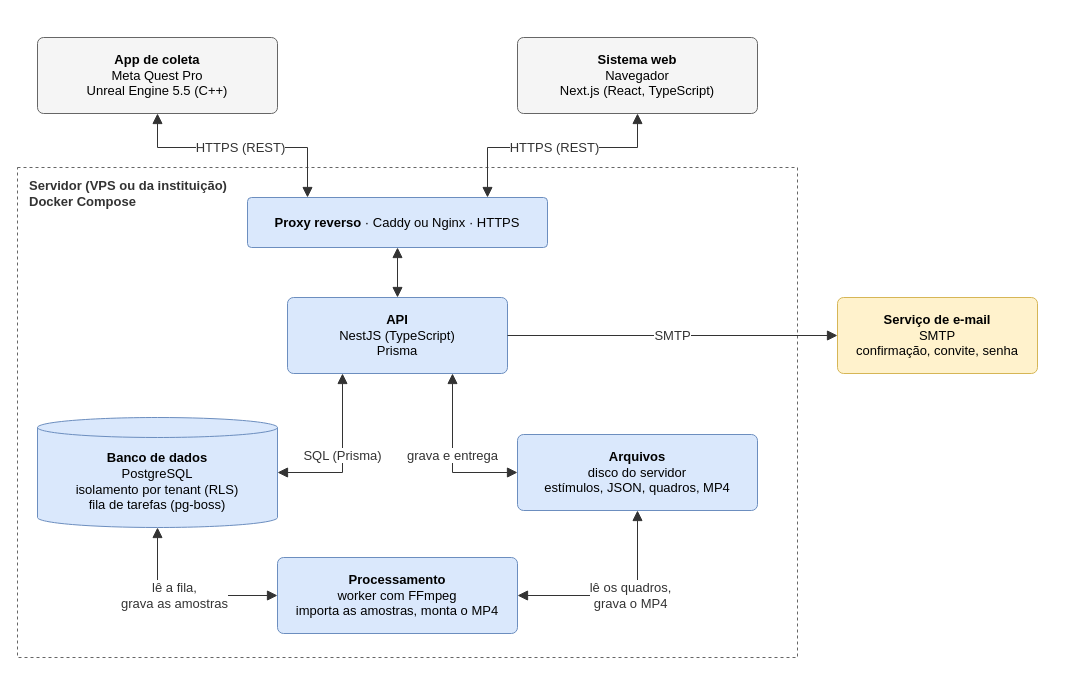
joaozanini/tcc1 keeps this draw.io diagram as page "Figura – Arquitetura" (1 of 2) of Especificacao/Arquitetura-NeuroSight.drawio. Above is the earlier version. Source tidied: cells renumbered, new cells numbered last; positions are measured from the earlier drawing's top-left corner, leaving out a move shared by most shapes. Both pictures are drawn from the tidied source at 100%, with x=0, y=0 at pixel (17, 37).
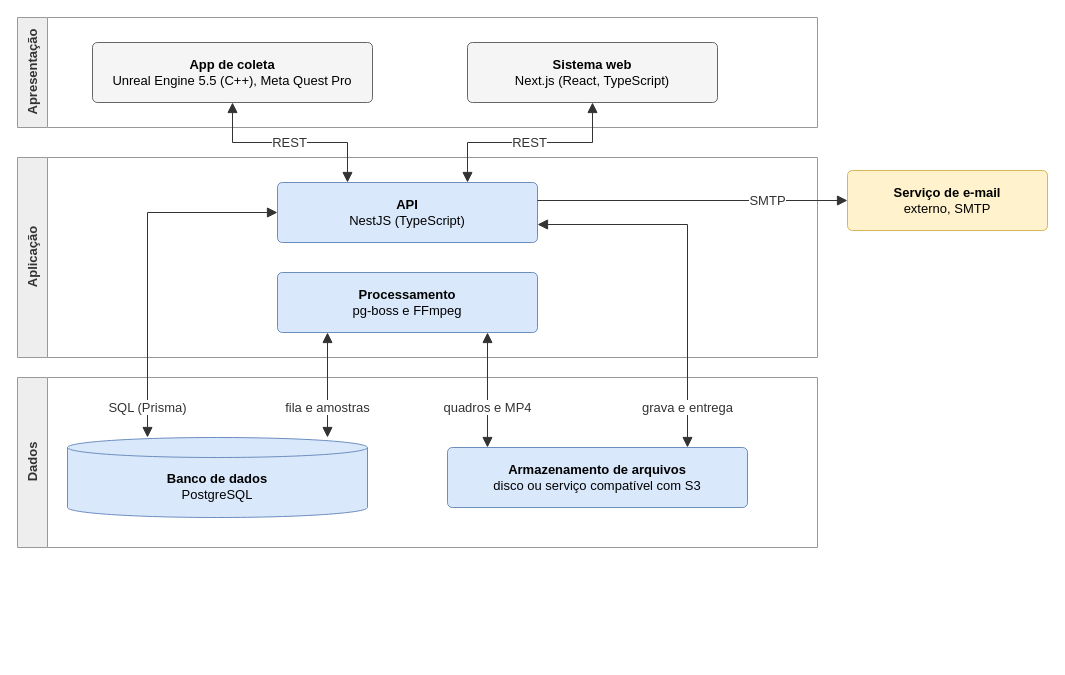
The same diagram, later.

What changed in the source:
```diff
@@
-    <mxCell id="2" value="&lt;b&gt;Servidor (VPS ou da instituição)&lt;br&gt;Docker Compose&lt;/b&gt;" style="rounded=0;whiteSpace=wrap;html=1;fillColor=none;dashed=1;strokeColor=#666666;verticalAlign=top;align=left;spacingLeft=10;spacingTop=4;fontSize=13;fontColor=#333333;" parent="1" vertex="1">
-      <mxGeometry y="130" width="780" height="490" as="geometry" />
-    </mxCell>
+    <mxCell id="19" value="Apresentação" style="swimlane;horizontal=0;startSize=30;html=1;fillColor=#EEEEEE;swimlaneFillColor=#FFFFFF;strokeColor=#999999;fontSize=13;fontStyle=1;fontColor=#333333;" parent="1" vertex="1">
+      <mxGeometry y="-20" width="800" height="110" as="geometry" />
+    </mxCell>
+    <mxCell id="20" value="Aplicação" style="swimlane;horizontal=0;startSize=30;html=1;fillColor=#EEEEEE;swimlaneFillColor=#FFFFFF;strokeColor=#999999;fontSize=13;fontStyle=1;fontColor=#333333;" parent="1" vertex="1">
+      <mxGeometry y="120" width="800" height="200" as="geometry" />
+    </mxCell>
+    <mxCell id="21" value="Dados" style="swimlane;horizontal=0;startSize=30;html=1;fillColor=#EEEEEE;swimlaneFillColor=#FFFFFF;strokeColor=#999999;fontSize=13;fontStyle=1;fontColor=#333333;" parent="1" vertex="1">
+      <mxGeometry y="340" width="800" height="170" as="geometry" />
+    </mxCell>
-    <mxCell id="3" value="&lt;b&gt;App de coleta&lt;/b&gt;&lt;br&gt;Meta Quest Pro&lt;br&gt;Unreal Engine 5.5 (C++)" style="rounded=1;arcSize=8;whiteSpace=wrap;html=1;fillColor=#F5F5F5;strokeColor=#666666;fontSize=13;align=center;verticalAlign=middle;spacingLeft=8;spacingRight=8;" parent="1" vertex="1">
-      <mxGeometry x="20" width="240" height="76" as="geometry" />
+    <mxCell id="3" value="&lt;b&gt;App de coleta&lt;/b&gt;&lt;br&gt;Unreal Engine 5.5 (C++), Meta Quest Pro" style="rounded=1;arcSize=8;whiteSpace=wrap;html=1;fillColor=#F5F5F5;strokeColor=#666666;fontSize=13;align=center;verticalAlign=middle;spacingLeft=8;spacingRight=8;" parent="1" vertex="1">
+      <mxGeometry x="75" y="5" width="280" height="60" as="geometry" />
     </mxCell>
-    <mxCell id="4" value="&lt;b&gt;Sistema web&lt;/b&gt;&lt;br&gt;Navegador&lt;br&gt;Next.js (React, TypeScript)" style="rounded=1;arcSize=8;whiteSpace=wrap;html=1;fillColor=#F5F5F5;strokeColor=#666666;fontSize=13;align=center;verticalAlign=middle;spacingLeft=8;spacingRight=8;" parent="1" vertex="1">
-      <mxGeometry x="500" width="240" height="76" as="geometry" />
+    <mxCell id="4" value="&lt;b&gt;Sistema web&lt;/b&gt;&lt;br&gt;Next.js (React, TypeScript)" style="rounded=1;arcSize=8;whiteSpace=wrap;html=1;fillColor=#F5F5F5;strokeColor=#666666;fontSize=13;align=center;verticalAlign=middle;spacingLeft=8;spacingRight=8;" parent="1" vertex="1">
+      <mxGeometry x="450" y="5" width="250" height="60" as="geometry" />
     </mxCell>
-    <mxCell id="5" value="&lt;b&gt;Proxy reverso&lt;/b&gt; · Caddy ou Nginx · HTTPS" style="rounded=1;arcSize=8;whiteSpace=wrap;html=1;fillColor=#DAE8FC;strokeColor=#6C8EBF;fontSize=13;align=center;verticalAlign=middle;spacingLeft=8;spacingRight=8;" parent="1" vertex="1">
-      <mxGeometry x="230" y="160" width="300" height="50" as="geometry" />
-    </mxCell>
-    <mxCell id="6" value="&lt;b&gt;API&lt;/b&gt;&lt;br&gt;NestJS (TypeScript)&lt;br&gt;Prisma" style="rounded=1;arcSize=8;whiteSpace=wrap;html=1;fillColor=#DAE8FC;strokeColor=#6C8EBF;fontSize=13;align=center;verticalAlign=middle;spacingLeft=8;spacingRight=8;" parent="1" vertex="1">
-      <mxGeometry x="270" y="260" width="220" height="76" as="geometry" />
+    <mxCell id="6" value="&lt;b&gt;API&lt;/b&gt;&lt;br&gt;NestJS (TypeScript)" style="rounded=1;arcSize=8;whiteSpace=wrap;html=1;fillColor=#DAE8FC;strokeColor=#6C8EBF;fontSize=13;align=center;verticalAlign=middle;spacingLeft=8;spacingRight=8;" parent="1" vertex="1">
+      <mxGeometry x="260" y="145" width="260" height="60" as="geometry" />
     </mxCell>
+    <mxCell id="9" value="&lt;b&gt;Processamento&lt;/b&gt;&lt;br&gt;pg-boss e FFmpeg" style="rounded=1;arcSize=8;whiteSpace=wrap;html=1;fillColor=#DAE8FC;strokeColor=#6C8EBF;fontSize=13;align=center;verticalAlign=middle;spacingLeft=8;spacingRight=8;" parent="1" vertex="1">
+      <mxGeometry x="260" y="235" width="260" height="60" as="geometry" />
+    </mxCell>
-    <mxCell id="7" value="&lt;b&gt;Banco de dados&lt;/b&gt;&lt;br&gt;PostgreSQL&lt;br&gt;isolamento por tenant (RLS)&lt;br&gt;fila de tarefas (pg-boss)" style="shape=cylinder3;boundedLbl=1;backgroundOutline=1;size=10;whiteSpace=wrap;html=1;fillColor=#DAE8FC;strokeColor=#6C8EBF;fontSize=13;align=center;verticalAlign=middle;spacingLeft=8;spacingRight=8;" parent="1" vertex="1">
-      <mxGeometry x="20" y="380" width="240" height="110" as="geometry" />
+    <mxCell id="7" value="&lt;b&gt;Banco de dados&lt;/b&gt;&lt;br&gt;PostgreSQL" style="shape=cylinder3;boundedLbl=1;backgroundOutline=1;size=10;whiteSpace=wrap;html=1;fillColor=#DAE8FC;strokeColor=#6C8EBF;fontSize=13;align=center;verticalAlign=middle;spacingLeft=8;spacingRight=8;" parent="1" vertex="1">
+      <mxGeometry x="50" y="400" width="300" height="80" as="geometry" />
     </mxCell>
-    <mxCell id="8" value="&lt;b&gt;Arquivos&lt;/b&gt;&lt;br&gt;disco do servidor&lt;br&gt;estímulos, JSON, quadros, MP4" style="rounded=1;arcSize=8;whiteSpace=wrap;html=1;fillColor=#DAE8FC;strokeColor=#6C8EBF;fontSize=13;align=center;verticalAlign=middle;spacingLeft=8;spacingRight=8;" parent="1" vertex="1">
-      <mxGeometry x="500" y="397" width="240" height="76" as="geometry" />
+    <mxCell id="8" value="&lt;b&gt;Armazenamento de arquivos&lt;/b&gt;&lt;br&gt;disco ou serviço compatível com S3" style="rounded=1;arcSize=8;whiteSpace=wrap;html=1;fillColor=#DAE8FC;strokeColor=#6C8EBF;fontSize=13;align=center;verticalAlign=middle;spacingLeft=8;spacingRight=8;" parent="1" vertex="1">
+      <mxGeometry x="430" y="410" width="300" height="60" as="geometry" />
     </mxCell>
-    <mxCell id="9" value="&lt;b&gt;Processamento&lt;/b&gt;&lt;br&gt;worker com FFmpeg&lt;br&gt;importa as amostras, monta o MP4" style="rounded=1;arcSize=8;whiteSpace=wrap;html=1;fillColor=#DAE8FC;strokeColor=#6C8EBF;fontSize=13;align=center;verticalAlign=middle;spacingLeft=8;spacingRight=8;" parent="1" vertex="1">
-      <mxGeometry x="260" y="520" width="240" height="76" as="geometry" />
-    </mxCell>
-    <mxCell id="10" value="&lt;b&gt;Serviço de e-mail&lt;/b&gt;&lt;br&gt;SMTP&lt;br&gt;confirmação, convite, senha" style="rounded=1;arcSize=8;whiteSpace=wrap;html=1;fillColor=#FFF2CC;strokeColor=#D6B656;fontSize=13;align=center;verticalAlign=middle;spacingLeft=8;spacingRight=8;" parent="1" vertex="1">
-      <mxGeometry x="820" y="260" width="200" height="76" as="geometry" />
+    <mxCell id="10" value="&lt;b&gt;Serviço de e-mail&lt;/b&gt;&lt;br&gt;externo, SMTP" style="rounded=1;arcSize=8;whiteSpace=wrap;html=1;fillColor=#FFF2CC;strokeColor=#D6B656;fontSize=13;align=center;verticalAlign=middle;spacingLeft=8;spacingRight=8;" parent="1" vertex="1">
+      <mxGeometry x="830" y="133" width="200" height="60" as="geometry" />
     </mxCell>
-    <mxCell id="11" value="HTTPS (REST)" style="edgeStyle=orthogonalEdgeStyle;rounded=0;html=1;startArrow=block;startFill=1;startSize=8;endArrow=block;endFill=1;endSize=8;strokeColor=#333333;fontSize=13;fontColor=#333333;labelBackgroundColor=#FFFFFF;exitX=0.5;exitY=1;exitDx=0;exitDy=0;entryX=0.2;entryY=0;entryDx=0;entryDy=0;" parent="1" edge="1" source="3" target="5">
+    <mxCell id="11" style="edgeStyle=orthogonalEdgeStyle;rounded=0;html=1;startArrow=block;startFill=1;startSize=8;endArrow=block;endFill=1;endSize=8;strokeColor=#333333;exitX=0.5;exitY=1;exitDx=0;exitDy=0;entryX=0.2692;entryY=0;entryDx=0;entryDy=0;" parent="1" edge="1" source="3" target="6">
       <mxGeometry relative="1" as="geometry">
         <Array as="points">
-          <mxPoint x="140" y="110" />
-          <mxPoint x="290" y="110" />
+          <mxPoint x="215" y="105" />
+          <mxPoint x="330" y="105" />
         </Array>
       </mxGeometry>
     </mxCell>
-    <mxCell id="12" value="HTTPS (REST)" style="edgeStyle=orthogonalEdgeStyle;rounded=0;html=1;startArrow=block;startFill=1;startSize=8;endArrow=block;endFill=1;endSize=8;strokeColor=#333333;fontSize=13;fontColor=#333333;labelBackgroundColor=#FFFFFF;exitX=0.5;exitY=1;exitDx=0;exitDy=0;entryX=0.8;entryY=0;entryDx=0;entryDy=0;" parent="1" edge="1" source="4" target="5">
+    <mxCell id="12" style="edgeStyle=orthogonalEdgeStyle;rounded=0;html=1;startArrow=block;startFill=1;startSize=8;endArrow=block;endFill=1;endSize=8;strokeColor=#333333;exitX=0.5;exitY=1;exitDx=0;exitDy=0;entryX=0.7308;entryY=0;entryDx=0;entryDy=0;" parent="1" edge="1" source="4" target="6">
       <mxGeometry relative="1" as="geometry">
         <Array as="points">
-          <mxPoint x="620" y="110" />
-          <mxPoint x="470" y="110" />
+          <mxPoint x="575" y="105" />
+          <mxPoint x="450" y="105" />
         </Array>
       </mxGeometry>
     </mxCell>
-    <mxCell id="13" style="edgeStyle=orthogonalEdgeStyle;rounded=0;html=1;startArrow=block;startFill=1;startSize=8;endArrow=block;endFill=1;endSize=8;strokeColor=#333333;fontSize=13;fontColor=#333333;labelBackgroundColor=#FFFFFF;exitX=0.5;exitY=1;exitDx=0;exitDy=0;entryX=0.5;entryY=0;entryDx=0;entryDy=0;" parent="1" edge="1" source="5" target="6">
-      <mxGeometry relative="1" as="geometry" />
-    </mxCell>
-    <mxCell id="14" value="SQL (Prisma)" style="edgeStyle=orthogonalEdgeStyle;rounded=0;html=1;startArrow=block;startFill=1;startSize=8;endArrow=block;endFill=1;endSize=8;strokeColor=#333333;fontSize=13;fontColor=#333333;labelBackgroundColor=#FFFFFF;exitX=0.25;exitY=1;exitDx=0;exitDy=0;entryX=1;entryY=0.5;entryDx=0;entryDy=0;" parent="1" edge="1" source="6" target="7">
+    <mxCell id="14" style="edgeStyle=orthogonalEdgeStyle;rounded=0;html=1;startArrow=block;startFill=1;startSize=8;endArrow=block;endFill=1;endSize=8;strokeColor=#333333;exitX=0;exitY=0.5;exitDx=0;exitDy=0;entryX=0.2667;entryY=0;entryDx=0;entryDy=0;" parent="1" edge="1" source="6" target="7">
       <mxGeometry relative="1" as="geometry">
         <Array as="points">
-          <mxPoint x="325" y="435" />
+          <mxPoint x="130" y="175" />
         </Array>
       </mxGeometry>
     </mxCell>
-    <mxCell id="15" value="grava e entrega" style="edgeStyle=orthogonalEdgeStyle;rounded=0;html=1;startArrow=block;startFill=1;startSize=8;endArrow=block;endFill=1;endSize=8;strokeColor=#333333;fontSize=13;fontColor=#333333;labelBackgroundColor=#FFFFFF;exitX=0.75;exitY=1;exitDx=0;exitDy=0;entryX=0;entryY=0.5;entryDx=0;entryDy=0;" parent="1" edge="1" source="6" target="8">
+    <mxCell id="15" style="edgeStyle=orthogonalEdgeStyle;rounded=0;html=1;startArrow=block;startFill=1;startSize=8;endArrow=block;endFill=1;endSize=8;strokeColor=#333333;exitX=1;exitY=0.7;exitDx=0;exitDy=0;entryX=0.8;entryY=0;entryDx=0;entryDy=0;" parent="1" edge="1" source="6" target="8">
       <mxGeometry relative="1" as="geometry">
         <Array as="points">
-          <mxPoint x="435" y="435" />
+          <mxPoint x="670" y="187" />
         </Array>
       </mxGeometry>
     </mxCell>
-    <mxCell id="16" value="lê a fila,&lt;br&gt;grava as amostras" style="edgeStyle=orthogonalEdgeStyle;rounded=0;html=1;startArrow=block;startFill=1;startSize=8;endArrow=block;endFill=1;endSize=8;strokeColor=#333333;fontSize=13;fontColor=#333333;labelBackgroundColor=#FFFFFF;exitX=0;exitY=0.5;exitDx=0;exitDy=0;entryX=0.5;entryY=1;entryDx=0;entryDy=0;" parent="1" edge="1" source="9" target="7">
-      <mxGeometry x="0.1" relative="1" as="geometry">
-        <Array as="points">
-          <mxPoint x="140" y="558" />
-        </Array>
-      </mxGeometry>
+    <mxCell id="16" style="edgeStyle=orthogonalEdgeStyle;rounded=0;html=1;startArrow=block;startFill=1;startSize=8;endArrow=block;endFill=1;endSize=8;strokeColor=#333333;exitX=0.1923;exitY=1;exitDx=0;exitDy=0;entryX=0.8667;entryY=0;entryDx=0;entryDy=0;" parent="1" edge="1" source="9" target="7">
+      <mxGeometry relative="1" as="geometry" />
     </mxCell>
-    <mxCell id="17" value="lê os quadros,&lt;br&gt;grava o MP4" style="edgeStyle=orthogonalEdgeStyle;rounded=0;html=1;startArrow=block;startFill=1;startSize=8;endArrow=block;endFill=1;endSize=8;strokeColor=#333333;fontSize=13;fontColor=#333333;labelBackgroundColor=#FFFFFF;exitX=1;exitY=0.5;exitDx=0;exitDy=0;entryX=0.5;entryY=1;entryDx=0;entryDy=0;" parent="1" edge="1" source="9" target="8">
-      <mxGeometry x="0.1" relative="1" as="geometry">
-        <Array as="points">
-          <mxPoint x="620" y="558" />
-        </Array>
-      </mxGeometry>
+    <mxCell id="17" style="edgeStyle=orthogonalEdgeStyle;rounded=0;html=1;startArrow=block;startFill=1;startSize=8;endArrow=block;endFill=1;endSize=8;strokeColor=#333333;exitX=0.8077;exitY=1;exitDx=0;exitDy=0;entryX=0.1333;entryY=0;entryDx=0;entryDy=0;" parent="1" edge="1" source="9" target="8">
+      <mxGeometry relative="1" as="geometry" />
     </mxCell>
-    <mxCell id="18" value="SMTP" style="edgeStyle=orthogonalEdgeStyle;rounded=0;html=1;endArrow=block;endFill=1;endSize=8;strokeColor=#333333;fontSize=13;fontColor=#333333;labelBackgroundColor=#FFFFFF;exitX=1;exitY=0.5;exitDx=0;exitDy=0;entryX=0;entryY=0.5;entryDx=0;entryDy=0;" parent="1" edge="1" source="6" target="10">
+    <mxCell id="18" style="edgeStyle=orthogonalEdgeStyle;rounded=0;html=1;endArrow=block;endFill=1;endSize=8;strokeColor=#333333;exitX=1;exitY=0.3;exitDx=0;exitDy=0;entryX=0;entryY=0.5;entryDx=0;entryDy=0;" parent="1" edge="1" source="6" target="10">
       <mxGeometry relative="1" as="geometry" />
     </mxCell>
+    <mxCell id="22" value="REST" style="text;html=1;align=center;verticalAlign=middle;fontSize=13;fontColor=#333333;labelBackgroundColor=#FFFFFF;" parent="1" vertex="1">
+      <mxGeometry x="247" y="95" width="50" height="20" as="geometry" />
+    </mxCell>
+    <mxCell id="23" value="REST" style="text;html=1;align=center;verticalAlign=middle;fontSize=13;fontColor=#333333;labelBackgroundColor=#FFFFFF;" parent="1" vertex="1">
+      <mxGeometry x="487" y="95" width="50" height="20" as="geometry" />
+    </mxCell>
+    <mxCell id="24" value="SQL (Prisma)" style="text;html=1;align=center;verticalAlign=middle;fontSize=13;fontColor=#333333;labelBackgroundColor=#FFFFFF;" parent="1" vertex="1">
+      <mxGeometry x="80" y="360" width="100" height="20" as="geometry" />
+    </mxCell>
+    <mxCell id="25" value="grava e entrega" style="text;html=1;align=center;verticalAlign=middle;fontSize=13;fontColor=#333333;labelBackgroundColor=#FFFFFF;" parent="1" vertex="1">
+      <mxGeometry x="610" y="360" width="120" height="20" as="geometry" />
+    </mxCell>
+    <mxCell id="26" value="fila e amostras" style="text;html=1;align=center;verticalAlign=middle;fontSize=13;fontColor=#333333;labelBackgroundColor=#FFFFFF;" parent="1" vertex="1">
+      <mxGeometry x="250" y="360" width="120" height="20" as="geometry" />
+    </mxCell>
+    <mxCell id="27" value="quadros e MP4" style="text;html=1;align=center;verticalAlign=middle;fontSize=13;fontColor=#333333;labelBackgroundColor=#FFFFFF;" parent="1" vertex="1">
+      <mxGeometry x="415" y="360" width="110" height="20" as="geometry" />
+    </mxCell>
+    <mxCell id="28" value="SMTP" style="text;html=1;align=center;verticalAlign=middle;fontSize=13;fontColor=#333333;labelBackgroundColor=#FFFFFF;" parent="1" vertex="1">
+      <mxGeometry x="725" y="153" width="50" height="20" as="geometry" />
+    </mxCell>
```
